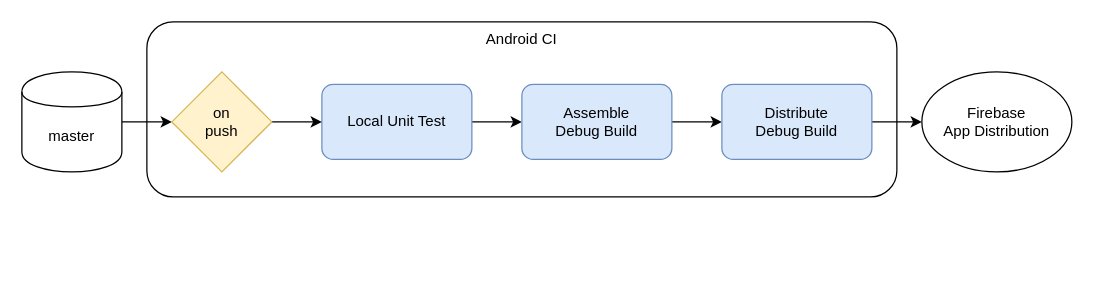
Earlier version of the draw.io diagram docs/pipeline.drawio (umatoma/multiwebmediaviewer). Source tidied: cells renumbered, new cells numbered last; positions are measured from the earlier drawing's top-left corner, leaving out a move shared by most shapes. Both pictures are drawn from the tidied source at 125%, with x=0, y=0 at pixel (21, 21).
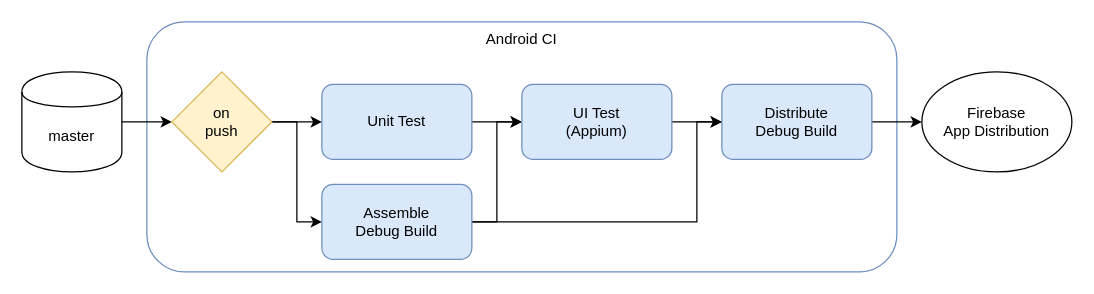
Above is the later version.

Change to the diagram source:
```diff
@@
 <mxGraphModel>
   <root>
     <mxCell id="0" />
     <mxCell id="1" parent="0" />
-    <mxCell id="2" value="Android CI" style="rounded=1;whiteSpace=wrap;html=1;strokeWidth=1;verticalAlign=top;align=center;" parent="1" vertex="1">
-      <mxGeometry x="100" width="600" height="140" as="geometry" />
+    <mxCell id="2" value="Android CI" style="rounded=1;whiteSpace=wrap;html=1;strokeWidth=1;verticalAlign=top;align=center;fillColor=none;strokeColor=#6c8ebf;" parent="1" vertex="1">
+      <mxGeometry x="100" width="600" height="200" as="geometry" />
     </mxCell>
-    <mxCell id="3" style="edgeStyle=orthogonalEdgeStyle;rounded=0;jettySize=auto;html=1;entryX=0;entryY=0.5;entryDx=0;entryDy=0;strokeWidth=1;" parent="1" edge="1" source="4" target="8">
-      <mxGeometry relative="1" as="geometry" />
-    </mxCell>
+    <mxCell id="14" style="edgeStyle=orthogonalEdgeStyle;rounded=0;jettySize=auto;html=1;entryX=0;entryY=0.5;entryDx=0;entryDy=0;" parent="1" edge="1" source="4" target="18">
+      <mxGeometry relative="1" as="geometry" />
+    </mxCell>
-    <mxCell id="4" value="Local Unit Test" style="rounded=1;whiteSpace=wrap;html=1;strokeWidth=1;fillColor=#dae8fc;strokeColor=#6c8ebf;" parent="1" vertex="1">
+    <mxCell id="4" value="Unit Test" style="rounded=1;whiteSpace=wrap;html=1;strokeWidth=1;fillColor=#dae8fc;strokeColor=#6c8ebf;" parent="1" vertex="1">
       <mxGeometry x="240" y="50" width="120" height="60" as="geometry" />
     </mxCell>
     <mxCell id="5" style="edgeStyle=orthogonalEdgeStyle;rounded=0;jettySize=auto;html=1;entryX=0;entryY=0.5;entryDx=0;entryDy=0;strokeWidth=1;" parent="1" edge="1" source="6" target="12">
       <mxGeometry relative="1" as="geometry" />
     </mxCell>
     <mxCell id="6" value="master" style="shape=cylinder;whiteSpace=wrap;html=1;boundedLbl=1;backgroundOutline=1;strokeWidth=1;" parent="1" vertex="1">
       <mxGeometry y="40" width="80" height="80" as="geometry" />
     </mxCell>
+    <mxCell id="15" style="edgeStyle=orthogonalEdgeStyle;rounded=0;jettySize=auto;html=1;entryX=0;entryY=0.5;entryDx=0;entryDy=0;" parent="1" edge="1" source="8" target="18">
+      <mxGeometry relative="1" as="geometry" />
+    </mxCell>
-    <mxCell id="7" style="edgeStyle=orthogonalEdgeStyle;rounded=0;jettySize=auto;html=1;entryX=0;entryY=0.5;entryDx=0;entryDy=0;strokeWidth=1;" parent="1" edge="1" source="8" target="10">
-      <mxGeometry relative="1" as="geometry" />
+    <mxCell id="7" style="edgeStyle=orthogonalEdgeStyle;rounded=0;jettySize=auto;html=1;entryX=0;entryY=0.5;entryDx=0;entryDy=0;" parent="1" edge="1" source="8" target="10">
+      <mxGeometry relative="1" as="geometry">
+        <Array as="points">
+          <mxPoint x="540" y="160" />
+          <mxPoint x="540" y="80" />
+        </Array>
+      </mxGeometry>
     </mxCell>
     <mxCell id="8" value="Assemble&lt;br&gt;Debug Build" style="rounded=1;whiteSpace=wrap;html=1;strokeWidth=1;fillColor=#dae8fc;strokeColor=#6c8ebf;" parent="1" vertex="1">
-      <mxGeometry x="400" y="50" width="120" height="60" as="geometry" />
+      <mxGeometry x="240" y="130" width="120" height="60" as="geometry" />
     </mxCell>
     <mxCell id="9" style="edgeStyle=orthogonalEdgeStyle;rounded=0;jettySize=auto;html=1;entryX=0;entryY=0.5;entryDx=0;entryDy=0;strokeWidth=1;" parent="1" edge="1" source="10" target="13">
       <mxGeometry relative="1" as="geometry" />
     </mxCell>
     <mxCell id="10" value="Distribute&lt;br&gt;Debug Build" style="rounded=1;whiteSpace=wrap;html=1;strokeWidth=1;fillColor=#dae8fc;strokeColor=#6c8ebf;" parent="1" vertex="1">
       <mxGeometry x="560" y="50" width="120" height="60" as="geometry" />
     </mxCell>
     <mxCell id="11" style="edgeStyle=orthogonalEdgeStyle;rounded=0;jettySize=auto;html=1;entryX=0;entryY=0.5;entryDx=0;entryDy=0;strokeWidth=1;" parent="1" edge="1" source="12" target="4">
       <mxGeometry relative="1" as="geometry" />
     </mxCell>
+    <mxCell id="16" style="edgeStyle=orthogonalEdgeStyle;rounded=0;jettySize=auto;html=1;entryX=0;entryY=0.5;entryDx=0;entryDy=0;" parent="1" edge="1" source="12" target="8">
+      <mxGeometry relative="1" as="geometry" />
+    </mxCell>
     <mxCell id="12" value="on&lt;br&gt;push" style="rhombus;whiteSpace=wrap;html=1;strokeWidth=1;fillColor=#fff2cc;strokeColor=#d6b656;" parent="1" vertex="1">
       <mxGeometry x="120" y="40" width="80" height="80" as="geometry" />
     </mxCell>
     <mxCell id="13" value="Firebase&lt;br&gt;App Distribution" style="ellipse;whiteSpace=wrap;html=1;strokeWidth=1;" parent="1" vertex="1">
       <mxGeometry x="720" y="40" width="120" height="80" as="geometry" />
     </mxCell>
+    <mxCell id="17" style="edgeStyle=orthogonalEdgeStyle;rounded=0;jettySize=auto;html=1;entryX=0;entryY=0.5;entryDx=0;entryDy=0;" parent="1" edge="1" source="18" target="10">
+      <mxGeometry relative="1" as="geometry" />
+    </mxCell>
+    <mxCell id="18" value="UI Test&lt;br&gt;(Appium)" style="rounded=1;whiteSpace=wrap;html=1;strokeWidth=1;fillColor=#dae8fc;strokeColor=#6c8ebf;" parent="1" vertex="1">
+      <mxGeometry x="400" y="50" width="120" height="60" as="geometry" />
+    </mxCell>
   </root>
 </mxGraphModel>
```
